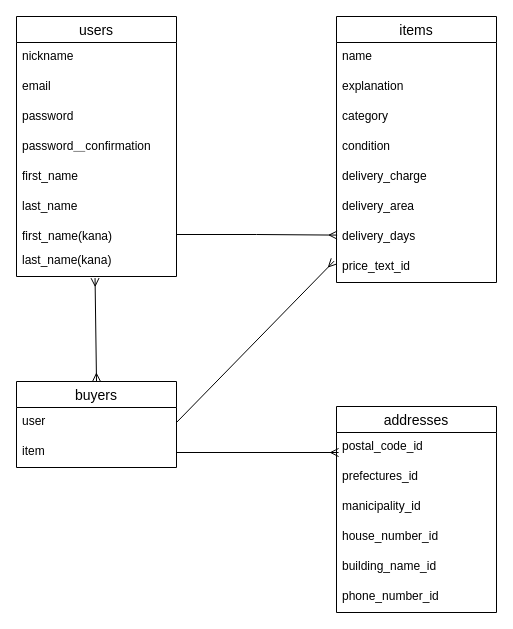
Before: test.dio in taka1ad/furima-36022, a draw.io diagram. Source tidied: cells renumbered, new cells numbered last; positions are measured from the earlier drawing's top-left corner, leaving out a move shared by most shapes. Both pictures are drawn from the tidied source at 100%, with x=0, y=0 at pixel (16, 16).
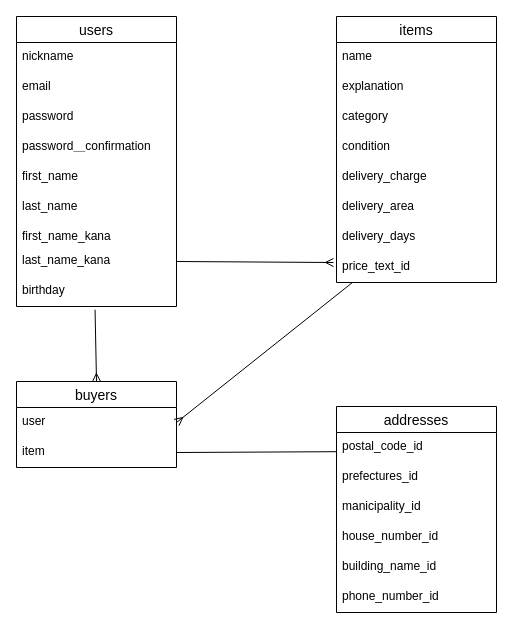
After the change.

The change refers to these unchanged cells:
```xml
<mxCell id="3" value="postal_code_id" style="text;strokeColor=none;fillColor=none;spacingLeft=4;spacingRight=4;overflow=hidden;points=[[0,0.5],[1,0.5]];portConstraint=eastwest;fontSize=12;" parent="2" vertex="1">
  <mxGeometry y="26" width="160" height="30" as="geometry" />
</mxCell>
<mxCell id="16" value="delivery_days" style="text;strokeColor=none;fillColor=none;spacingLeft=4;spacingRight=4;overflow=hidden;points=[[0,0.5],[1,0.5]];portConstraint=eastwest;fontSize=12;" parent="9" vertex="1">
  <mxGeometry y="206" width="160" height="30" as="geometry" />
</mxCell>
<mxCell id="17" value="price_text_id" style="text;strokeColor=none;fillColor=none;spacingLeft=4;spacingRight=4;overflow=hidden;points=[[0,0.5],[1,0.5]];portConstraint=eastwest;fontSize=12;" parent="9" vertex="1">
  <mxGeometry y="236" width="160" height="30" as="geometry" />
</mxCell>
<mxCell id="28" value="buyers" style="swimlane;fontStyle=0;horizontal=1;startSize=26;align=center;fontSize=14;" parent="1" vertex="1">
  <mxGeometry y="365" width="160" height="86" as="geometry" />
</mxCell>
<mxCell id="29" value="user" style="text;strokeColor=none;fillColor=none;spacingLeft=4;spacingRight=4;overflow=hidden;points=[[0,0.5],[1,0.5]];portConstraint=eastwest;fontSize=12;" parent="28" vertex="1">
  <mxGeometry y="26" width="160" height="30" as="geometry" />
</mxCell>
<mxCell id="30" value="item" style="text;strokeColor=none;fillColor=none;spacingLeft=4;spacingRight=4;overflow=hidden;points=[[0,0.5],[1,0.5]];portConstraint=eastwest;fontSize=12;" parent="28" vertex="1">
  <mxGeometry y="56" width="160" height="30" as="geometry" />
</mxCell>
```

Change to the diagram source:
```diff
@@
     <mxCell id="18" value="users" style="swimlane;fontStyle=0;horizontal=1;startSize=26;align=center;fontSize=14;" parent="1" vertex="1">
-      <mxGeometry width="160" height="260" as="geometry" />
+      <mxGeometry width="160" height="290" as="geometry" />
     </mxCell>
@@
-    <mxCell id="25" value="first_name(kana)" style="text;strokeColor=none;fillColor=none;spacingLeft=4;spacingRight=4;overflow=hidden;points=[[0,0.5],[1,0.5]];portConstraint=eastwest;fontSize=12;" parent="18" vertex="1">
+    <mxCell id="25" value="first_name_kana" style="text;strokeColor=none;fillColor=none;spacingLeft=4;spacingRight=4;overflow=hidden;points=[[0,0.5],[1,0.5]];portConstraint=eastwest;fontSize=12;" parent="18" vertex="1">
       <mxGeometry y="206" width="160" height="24" as="geometry" />
     </mxCell>
-    <mxCell id="26" value="last_name(kana)" style="text;strokeColor=none;fillColor=none;spacingLeft=4;spacingRight=4;overflow=hidden;points=[[0,0.5],[1,0.5]];portConstraint=eastwest;fontSize=12;" parent="18" vertex="1">
+    <mxCell id="26" value="last_name_kana" style="text;strokeColor=none;fillColor=none;spacingLeft=4;spacingRight=4;overflow=hidden;points=[[0,0.5],[1,0.5]];portConstraint=eastwest;fontSize=12;" parent="18" vertex="1">
       <mxGeometry y="230" width="160" height="30" as="geometry" />
     </mxCell>
-    <mxCell id="27" style="edgeStyle=none;rounded=0;jettySize=auto;html=1;exitX=0.5;exitY=0;exitDx=0;exitDy=0;entryX=0.491;entryY=1.053;entryDx=0;entryDy=0;entryPerimeter=0;endArrow=ERmany;endFill=0;startArrow=ERmany;startFill=0;" parent="1" edge="1" source="28" target="26">
-      <mxGeometry relative="1" as="geometry" />
-    </mxCell>
+    <mxCell id="34" value="birthday" style="text;strokeColor=none;fillColor=none;spacingLeft=4;spacingRight=4;overflow=hidden;points=[[0,0.5],[1,0.5]];portConstraint=eastwest;fontSize=12;" parent="18" vertex="1">
+      <mxGeometry y="260" width="160" height="30" as="geometry" />
+    </mxCell>
+    <mxCell id="35" style="edgeStyle=none;rounded=0;jettySize=auto;html=1;exitX=0.5;exitY=0;exitDx=0;exitDy=0;entryX=0.491;entryY=1.107;entryDx=0;entryDy=0;entryPerimeter=0;startArrow=ERmany;startFill=0;endArrow=none;endFill=0;" parent="1" edge="1" source="28" target="34">
+      <mxGeometry relative="1" as="geometry" />
+    </mxCell>
@@
-    <mxCell id="31" style="edgeStyle=orthogonalEdgeStyle;rounded=0;jettySize=auto;html=1;exitX=1;exitY=0.5;exitDx=0;exitDy=0;entryX=0.004;entryY=0.42;entryDx=0;entryDy=0;entryPerimeter=0;endArrow=ERmany;endFill=0;" parent="1" edge="1" source="25" target="16">
-      <mxGeometry relative="1" as="geometry" />
-    </mxCell>
+    <mxCell id="36" style="edgeStyle=none;rounded=0;jettySize=auto;html=1;exitX=1;exitY=0.5;exitDx=0;exitDy=0;startArrow=none;startFill=0;endArrow=ERmany;endFill=0;" parent="1" edge="1" source="26">
+      <mxGeometry relative="1" as="geometry">
+        <mxPoint x="317" y="246" as="targetPoint" />
+      </mxGeometry>
+    </mxCell>
-    <mxCell id="32" style="rounded=0;jettySize=auto;html=1;exitX=1;exitY=0.5;exitDx=0;exitDy=0;endArrow=ERmany;endFill=0;entryX=-0.015;entryY=0.287;entryDx=0;entryDy=0;entryPerimeter=0;" parent="1" edge="1" source="29" target="17">
+    <mxCell id="32" style="edgeStyle=none;rounded=0;jettySize=auto;html=1;exitX=1;exitY=0.5;exitDx=0;exitDy=0;entryX=0.098;entryY=1.007;entryDx=0;entryDy=0;entryPerimeter=0;startArrow=ERmany;startFill=0;endArrow=none;endFill=0;" parent="1" edge="1" source="29" target="17">
       <mxGeometry relative="1" as="geometry" />
     </mxCell>
-    <mxCell id="33" style="edgeStyle=none;rounded=0;jettySize=auto;html=1;exitX=1;exitY=0.5;exitDx=0;exitDy=0;startArrow=none;startFill=0;endArrow=ERmany;endFill=0;entryX=0.013;entryY=0.667;entryDx=0;entryDy=0;entryPerimeter=0;" parent="1" edge="1" source="30" target="3">
+    <mxCell id="33" style="edgeStyle=none;rounded=0;jettySize=auto;html=1;exitX=1;exitY=0.5;exitDx=0;exitDy=0;entryX=-0.002;entryY=0.64;entryDx=0;entryDy=0;entryPerimeter=0;startArrow=none;startFill=0;endArrow=none;endFill=0;" parent="1" edge="1" source="30" target="3">
       <mxGeometry relative="1" as="geometry" />
     </mxCell>
```
